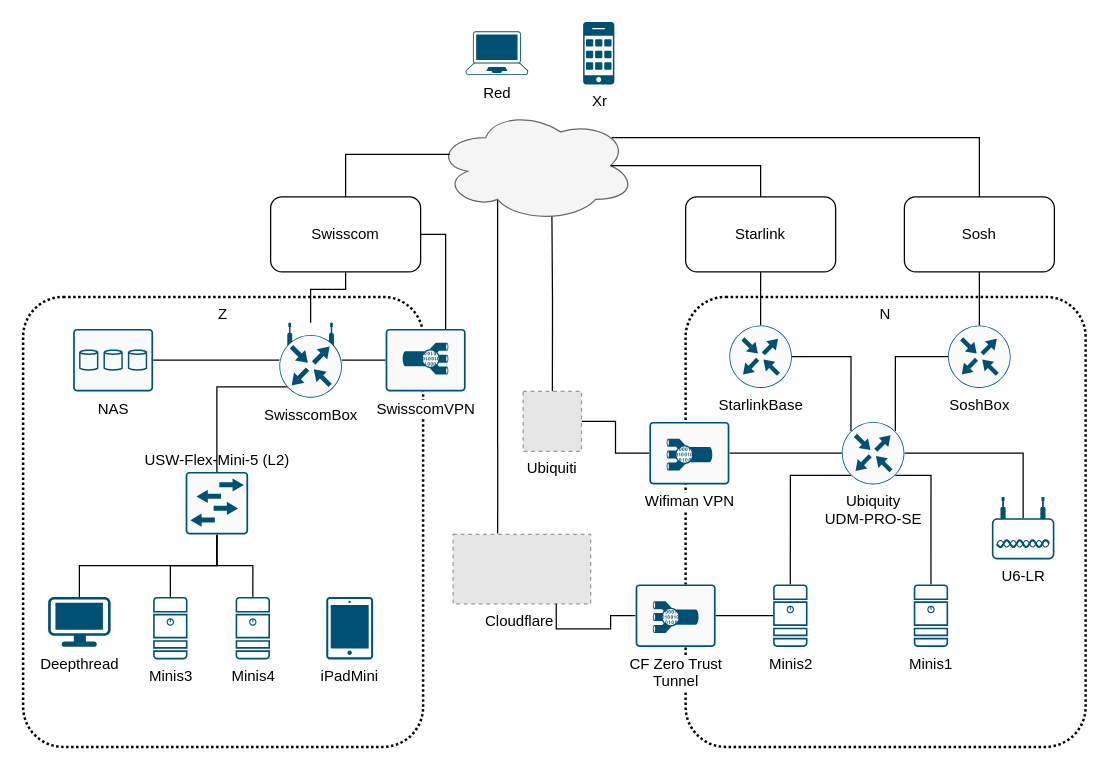
The draw.io diagram input/posts/images/network/network.drawio in ewinnington/ewinnington.github.io, before the edit. Source tidied: cells renumbered, new cells numbered last; positions are measured from the earlier drawing's top-left corner, leaving out a move shared by most shapes. Both pictures are drawn from the tidied source at 125%, with x=0, y=0 at pixel (22, 21). Pictures stored in the file or linked from it are replaced by grey dashed boxes.
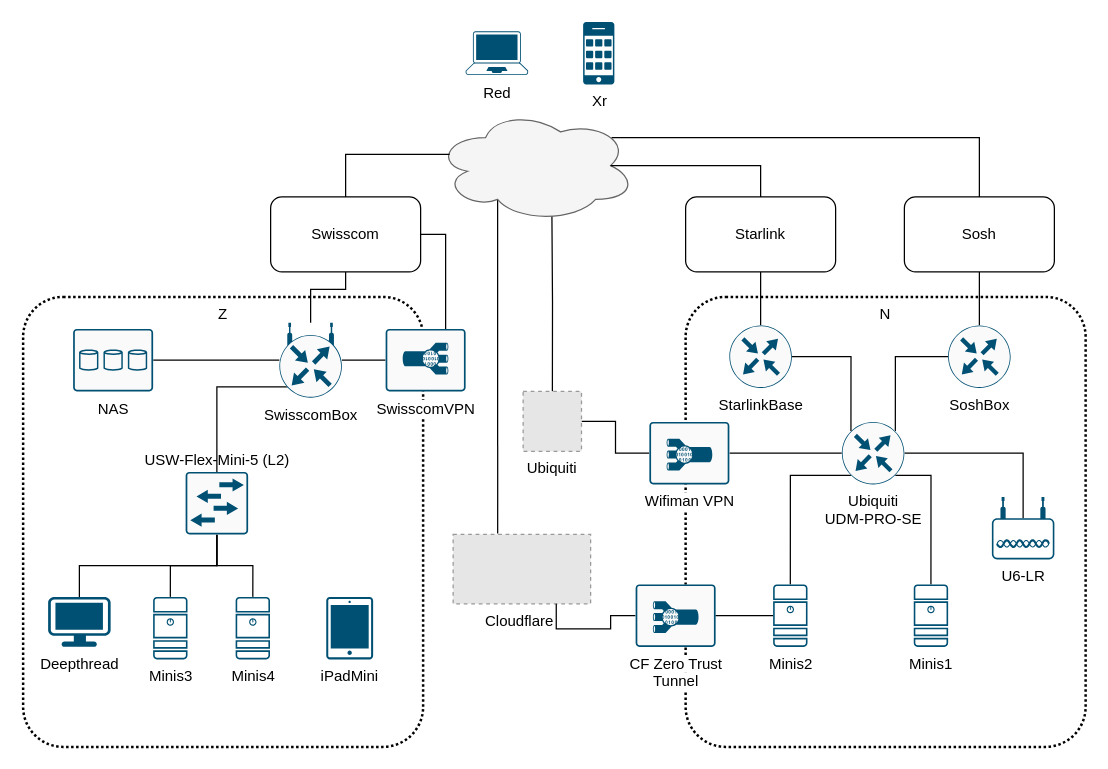
After the change.

Change to the diagram source:
```diff
@@
-    <mxCell id="23" value="Ubiquity&lt;br&gt;UDM-PRO-SE" style="sketch=0;points=[[0.5,0,0],[1,0.5,0],[0.5,1,0],[0,0.5,0],[0.145,0.145,0],[0.8555,0.145,0],[0.855,0.8555,0],[0.145,0.855,0]];verticalLabelPosition=bottom;html=1;verticalAlign=top;align=center;shape=mxgraph.cisco19.rect;prIcon=router;fillColor=#FAFAFA;strokeColor=#005073;" parent="1" vertex="1">
+    <mxCell id="23" value="Ubiquiti&lt;br&gt;UDM-PRO-SE" style="sketch=0;points=[[0.5,0,0],[1,0.5,0],[0.5,1,0],[0,0.5,0],[0.145,0.145,0],[0.8555,0.145,0],[0.855,0.8555,0],[0.145,0.855,0]];verticalLabelPosition=bottom;html=1;verticalAlign=top;align=center;shape=mxgraph.cisco19.rect;prIcon=router;fillColor=#FAFAFA;strokeColor=#005073;" parent="1" vertex="1">
       <mxGeometry x="655" y="320" width="50" height="50" as="geometry" />
     </mxCell>
```
